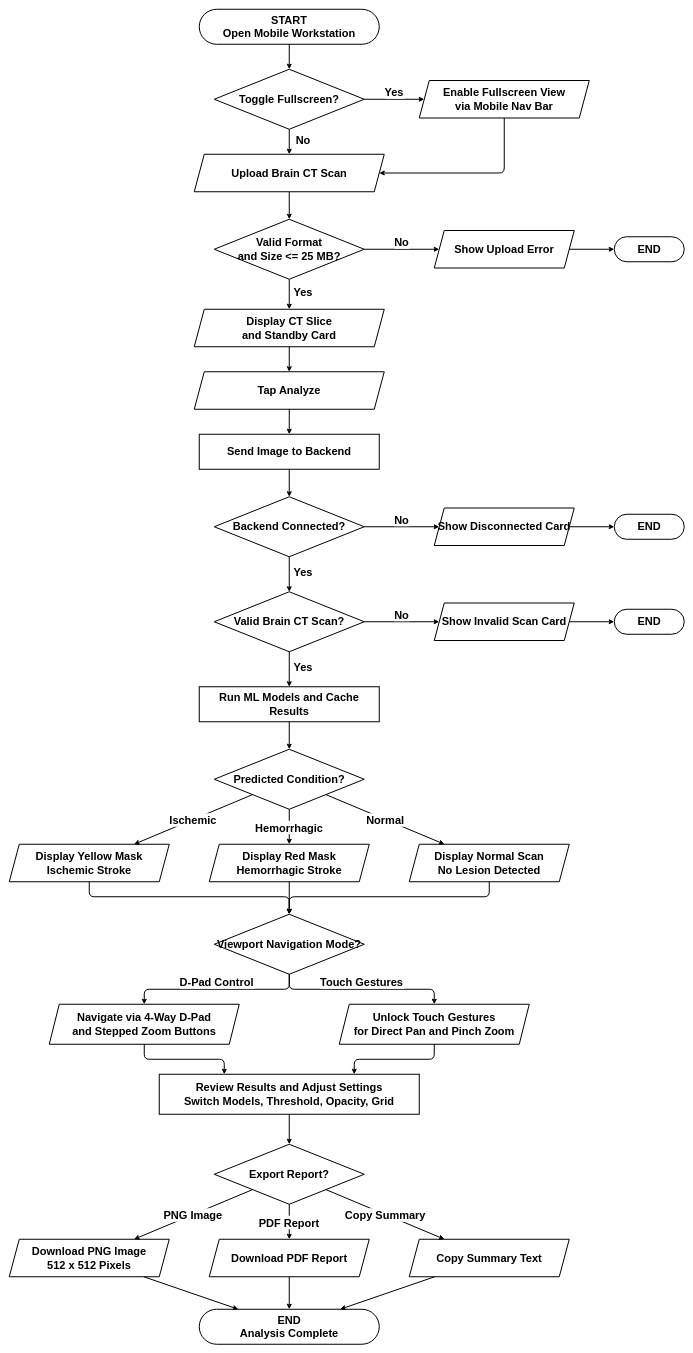
The draw.io diagram workflow-flowchart-mobile.drawio in Cell1991/nu-stroke-scan, before the edit. Source tidied: cells renumbered, new cells numbered last; positions are measured from the earlier drawing's top-left corner, leaving out a move shared by most shapes. Both pictures are drawn from the tidied source at 50%, with x=0, y=0 at pixel (9, 9).
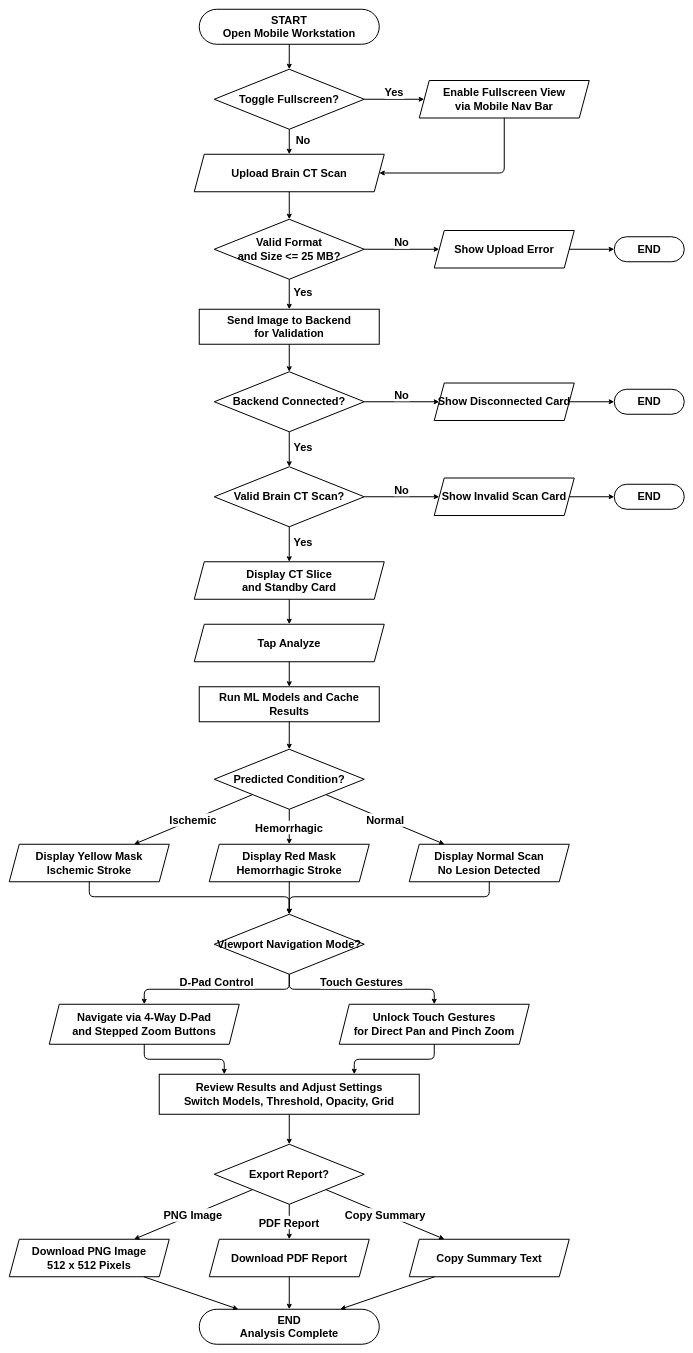
After the change.

Commit message (it also covers changes not shown here):
Validate CT modality at upload to match the use case diagram

Unchanged cells that the change refers to:
```xml
<mxCell id="6" value="Valid Format&#10;and Size &amp;lt;= 25 MB?" style="rhombus;whiteSpace=wrap;html=1;fillColor=#FFFFFF;strokeColor=#000000;strokeWidth=2;fontColor=#000000;fontFamily=Arial,Helvetica,sans-serif;fontStyle=1;fontSize=22;" parent="1" vertex="1">
  <mxGeometry x="410" y="420" width="300" height="120" as="geometry" />
</mxCell>
<mxCell id="18" value="Run ML Models and Cache Results" style="rounded=0;whiteSpace=wrap;html=1;fillColor=#FFFFFF;strokeColor=#000000;strokeWidth=2;fontColor=#000000;fontFamily=Arial,Helvetica,sans-serif;fontStyle=1;fontSize=22;" parent="1" vertex="1">
  <mxGeometry x="380" y="1355" width="360" height="70" as="geometry" />
</mxCell>
```

What changed in the source:
```diff
@@
     <mxCell id="9" value="Display CT Slice&#10;and Standby Card" style="shape=parallelogram;perimeter=parallelogramPerimeter;whiteSpace=wrap;html=1;fixedSize=1;fillColor=#FFFFFF;strokeColor=#000000;strokeWidth=2;fontColor=#000000;fontFamily=Arial,Helvetica,sans-serif;fontStyle=1;fontSize=22;" parent="1" vertex="1">
-      <mxGeometry x="370" y="600" width="380" height="75" as="geometry" />
+      <mxGeometry x="370" y="1105" width="380" height="75" as="geometry" />
     </mxCell>
     <mxCell id="10" value="Tap Analyze" style="shape=parallelogram;perimeter=parallelogramPerimeter;whiteSpace=wrap;html=1;fixedSize=1;fillColor=#FFFFFF;strokeColor=#000000;strokeWidth=2;fontColor=#000000;fontFamily=Arial,Helvetica,sans-serif;fontStyle=1;fontSize=22;" parent="1" vertex="1">
-      <mxGeometry x="370" y="725" width="380" height="75" as="geometry" />
+      <mxGeometry x="370" y="1230" width="380" height="75" as="geometry" />
     </mxCell>
-    <mxCell id="11" value="Send Image to Backend" style="rounded=0;whiteSpace=wrap;html=1;fillColor=#FFFFFF;strokeColor=#000000;strokeWidth=2;fontColor=#000000;fontFamily=Arial,Helvetica,sans-serif;fontStyle=1;fontSize=22;" parent="1" vertex="1">
-      <mxGeometry x="380" y="850" width="360" height="70" as="geometry" />
+    <mxCell id="11" value="Send Image to Backend&#10;for Validation" style="rounded=0;whiteSpace=wrap;html=1;fillColor=#FFFFFF;strokeColor=#000000;strokeWidth=2;fontColor=#000000;fontFamily=Arial,Helvetica,sans-serif;fontStyle=1;fontSize=22;" parent="1" vertex="1">
+      <mxGeometry x="380" y="600" width="360" height="70" as="geometry" />
     </mxCell>
     <mxCell id="12" value="Backend Connected?" style="rhombus;whiteSpace=wrap;html=1;fillColor=#FFFFFF;strokeColor=#000000;strokeWidth=2;fontColor=#000000;fontFamily=Arial,Helvetica,sans-serif;fontStyle=1;fontSize=22;" parent="1" vertex="1">
-      <mxGeometry x="410" y="975" width="300" height="120" as="geometry" />
+      <mxGeometry x="410" y="725" width="300" height="120" as="geometry" />
     </mxCell>
     <mxCell id="13" value="Show Disconnected Card" style="shape=parallelogram;perimeter=parallelogramPerimeter;whiteSpace=wrap;html=1;fixedSize=1;fillColor=#FFFFFF;strokeColor=#000000;strokeWidth=2;fontColor=#000000;fontFamily=Arial,Helvetica,sans-serif;fontStyle=1;fontSize=22;" parent="1" vertex="1">
-      <mxGeometry x="850" y="997.5" width="280" height="75" as="geometry" />
+      <mxGeometry x="850" y="747.5" width="280" height="75" as="geometry" />
     </mxCell>
     <mxCell id="14" value="END" style="rounded=1;whiteSpace=wrap;html=1;arcSize=50;fillColor=#FFFFFF;strokeColor=#000000;strokeWidth=2;fontColor=#000000;fontFamily=Arial,Helvetica,sans-serif;fontStyle=1;fontSize=22;" parent="1" vertex="1">
-      <mxGeometry x="1210" y="1010" width="140" height="50" as="geometry" />
+      <mxGeometry x="1210" y="760" width="140" height="50" as="geometry" />
     </mxCell>
     <mxCell id="15" value="Valid Brain CT Scan?" style="rhombus;whiteSpace=wrap;html=1;fillColor=#FFFFFF;strokeColor=#000000;strokeWidth=2;fontColor=#000000;fontFamily=Arial,Helvetica,sans-serif;fontStyle=1;fontSize=22;" parent="1" vertex="1">
-      <mxGeometry x="410" y="1165" width="300" height="120" as="geometry" />
+      <mxGeometry x="410" y="915" width="300" height="120" as="geometry" />
     </mxCell>
     <mxCell id="16" value="Show Invalid Scan Card" style="shape=parallelogram;perimeter=parallelogramPerimeter;whiteSpace=wrap;html=1;fixedSize=1;fillColor=#FFFFFF;strokeColor=#000000;strokeWidth=2;fontColor=#000000;fontFamily=Arial,Helvetica,sans-serif;fontStyle=1;fontSize=22;" parent="1" vertex="1">
-      <mxGeometry x="850" y="1187.5" width="280" height="75" as="geometry" />
+      <mxGeometry x="850" y="937.5" width="280" height="75" as="geometry" />
     </mxCell>
     <mxCell id="17" value="END" style="rounded=1;whiteSpace=wrap;html=1;arcSize=50;fillColor=#FFFFFF;strokeColor=#000000;strokeWidth=2;fontColor=#000000;fontFamily=Arial,Helvetica,sans-serif;fontStyle=1;fontSize=22;" parent="1" vertex="1">
-      <mxGeometry x="1210" y="1200" width="140" height="50" as="geometry" />
+      <mxGeometry x="1210" y="950" width="140" height="50" as="geometry" />
     </mxCell>
@@
-    <mxCell id="39" value="Yes" style="strokeColor=#000000;strokeWidth=2;fontSize=22;fontStyle=1;fontFamily=Arial,Helvetica,sans-serif;fontColor=#000000;labelBackgroundColor=#FFFFFF;labelBorderColor=none;" parent="1" edge="1" source="6" target="9">
+    <mxCell id="39" value="Yes" style="strokeColor=#000000;strokeWidth=2;fontSize=22;fontStyle=1;fontFamily=Arial,Helvetica,sans-serif;fontColor=#000000;labelBackgroundColor=#FFFFFF;labelBorderColor=none;" parent="1" edge="1" source="6" target="11">
       <mxGeometry relative="1" as="geometry">
         <mxPoint x="28" y="-6" as="offset" />
       </mxGeometry>
     </mxCell>
@@
-    <mxCell id="41" style="strokeColor=#000000;strokeWidth=2;fontSize=22;" parent="1" edge="1" source="10" target="11">
+    <mxCell id="41" style="strokeColor=#000000;strokeWidth=2;fontSize=22;" parent="1" edge="1" source="10" target="18">
       <mxGeometry relative="1" as="geometry" />
     </mxCell>
@@
-    <mxCell id="48" value="Yes" style="strokeColor=#000000;strokeWidth=2;fontSize=22;fontStyle=1;fontFamily=Arial,Helvetica,sans-serif;fontColor=#000000;labelBackgroundColor=#FFFFFF;labelBorderColor=none;" parent="1" edge="1" source="15" target="18">
+    <mxCell id="48" value="Yes" style="strokeColor=#000000;strokeWidth=2;fontSize=22;fontStyle=1;fontFamily=Arial,Helvetica,sans-serif;fontColor=#000000;labelBackgroundColor=#FFFFFF;labelBorderColor=none;" parent="1" edge="1" source="15" target="9">
       <mxGeometry relative="1" as="geometry">
         <mxPoint x="28" y="-6" as="offset" />
       </mxGeometry>
     </mxCell>
```
